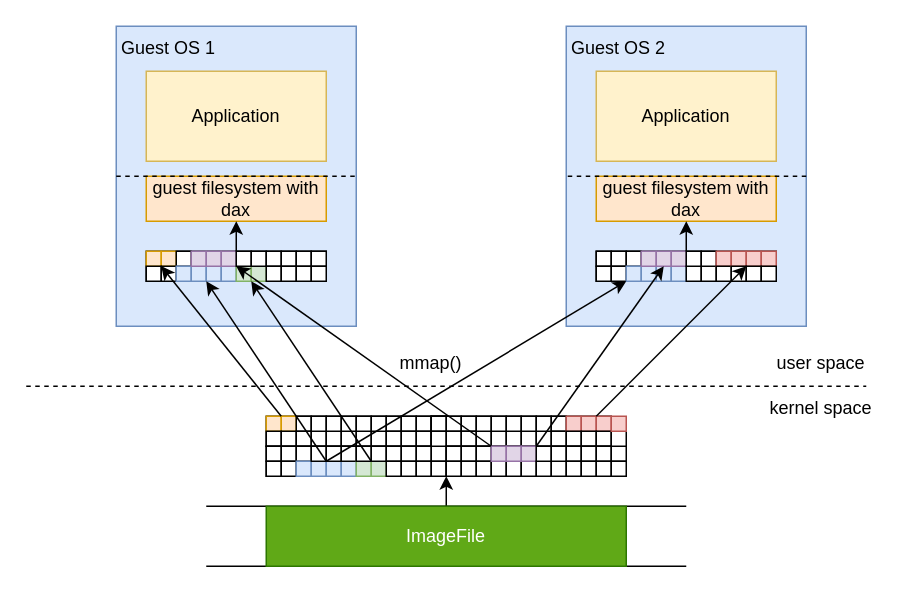
This is hyperdisk.drawio from 0niros/DADIP2P, a draw.io file, before an edit. Source tidied: cells renumbered, new cells numbered last; positions are measured from the earlier drawing's top-left corner, leaving out a move shared by most shapes. Both pictures are drawn from the tidied source at 150%, with x=0, y=0 at pixel (26, 26).
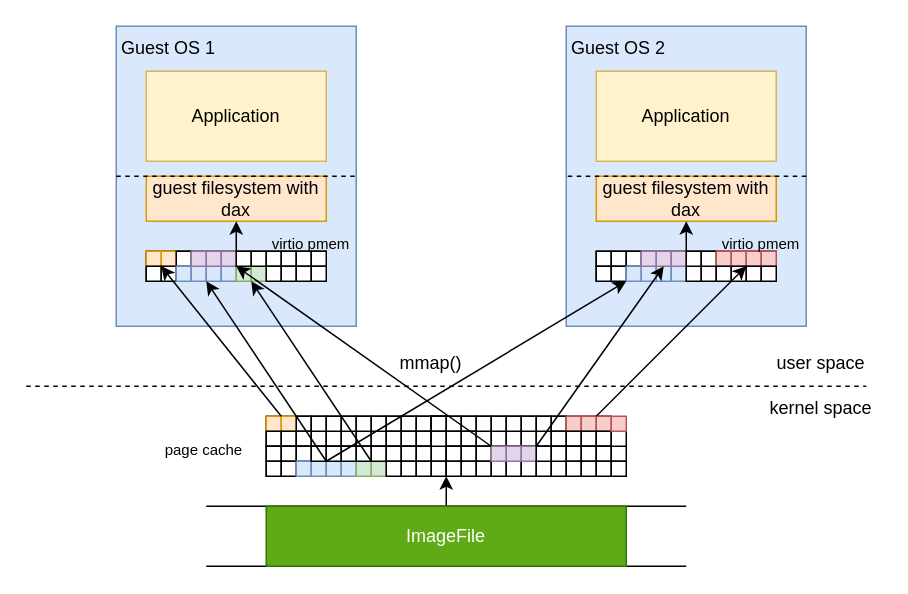
After the change.

Diff of the diagram source:
```diff
@@
+    <mxCell id="187" value="virtio pmem" style="text;strokeColor=none;fillColor=none;align=center;verticalAlign=middle;whiteSpace=wrap;rounded=0;fontSize=10;" parent="1" vertex="1">
+      <mxGeometry x="150" y="130" width="80" height="30" as="geometry" />
+    </mxCell>
+    <mxCell id="188" value="virtio pmem" style="text;strokeColor=none;fillColor=none;align=center;verticalAlign=middle;whiteSpace=wrap;rounded=0;fontSize=10;" parent="1" vertex="1">
+      <mxGeometry x="450" y="130" width="80" height="30" as="geometry" />
+    </mxCell>
+    <mxCell id="189" value="page cache&amp;nbsp;" style="text;html=1;strokeColor=none;fillColor=none;align=center;verticalAlign=middle;whiteSpace=wrap;rounded=0;fontSize=10;" parent="1" vertex="1">
+      <mxGeometry x="80" y="267" width="80" height="30" as="geometry" />
+    </mxCell>
```
